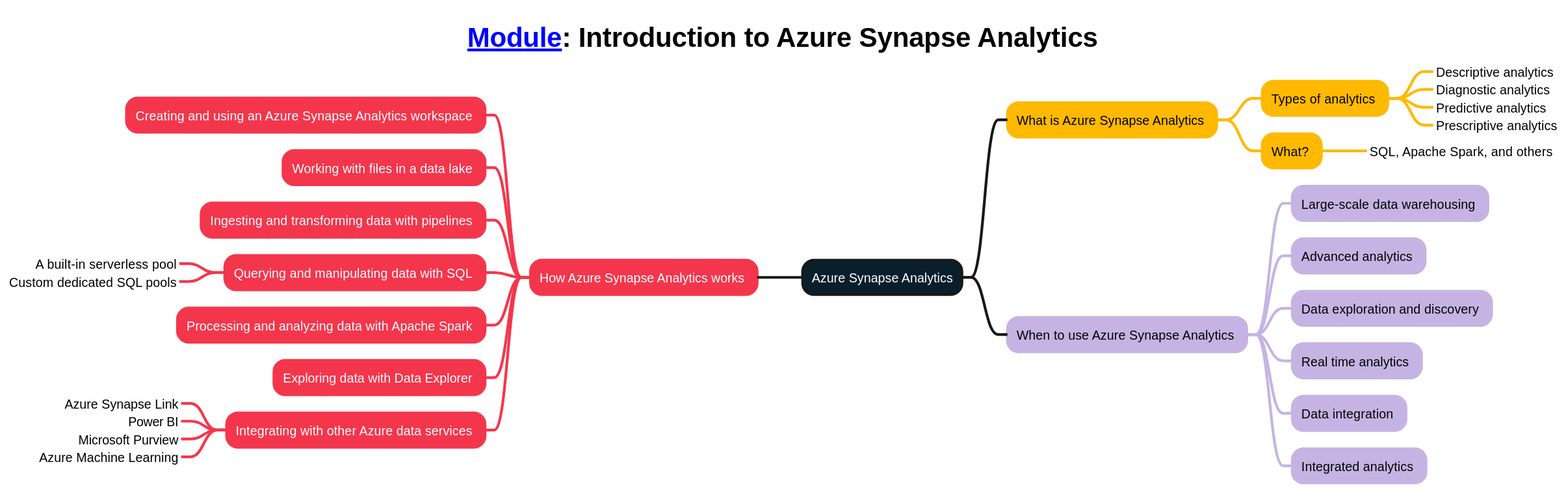
weslbo/dp-203 keeps this PlantUML diagram as mindmaps/03-Introduction to Azure Synapse Analytics.svg. Above is the earlier version.
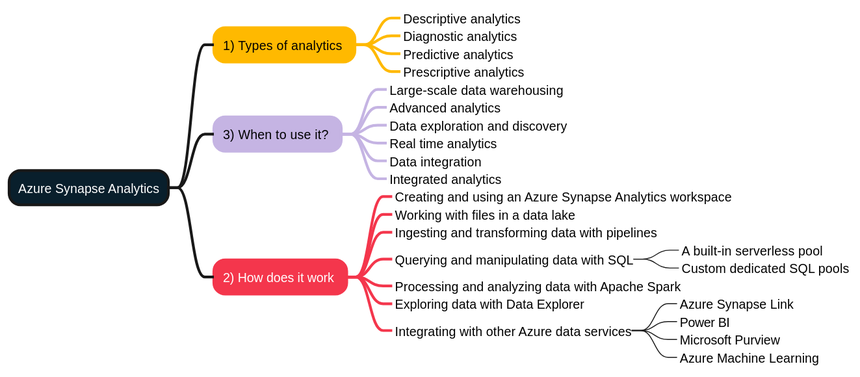
The same file after the commit.

Diff of the diagram source:
```diff
@@ -1,76 +1,66 @@
 @startmindmap
 <style>
-title {
-        FontSize 30
-        FontColor #000000
-    }
-mindmapDiagram {
-    :depth(0) {
-        BackgroundColor #091f2c
-        FontColor #ffffff
-        LineThickness 3.0
-    }
-    .topic1 {
-        BackgroundColor #ffb900
-        LineColor #ffb900
-        LineThickness 3.0
-        FontColor #000000
-    }
-    .topic2 {
-        BackgroundColor #f4364c
-        LineColor #f4364c
-        LineThickness 3.0
-        FontColor #ffffff
-    }
-    .topic3 {
-        BackgroundColor #c5b4e3
-        LineColor #c5b4e3
-        LineThickness 3.0
-        FontColor #000000
-    }
-    .topic4 {
-        BackgroundColor #e1d3c7
-        LineColor #e1d3c7
-        LineThickness 3.0
-        FontColor #000000
-    }
-    .topic5 {
-        BackgroundColor #07641d
-        LineColor #07641d
-        LineThickness 3.0
-        FontColor #ffffff
-    }
+:depth(0) {
+    BackgroundColor #091f2c
+    FontColor #ffffff
+    LineThickness 3.0
+}
+.topic1 {
+    BackgroundColor #ffb900
+    LineColor #ffb900
+    LineThickness 3.0
+    FontColor #000000
+}
+.topic2 {
+    BackgroundColor #f4364c
+    LineColor #f4364c
+    LineThickness 3.0
+    FontColor #ffffff
+}
+.topic3 {
+    BackgroundColor #c5b4e3
+    LineColor #c5b4e3
+    LineThickness 3.0
+    FontColor #000000
+}
+.topic4 {
+    BackgroundColor #e1d3c7
+    LineColor #e1d3c7
+    LineThickness 3.0
+    FontColor #000000
+}
+.topic5 {
+    BackgroundColor #07641d
+    LineColor #07641d
+    LineThickness 3.0
+    FontColor #ffffff
 }
 </style>
-title [[https://learn.microsoft.com/training/modules/introduction-azure-synapse-analytics/ Module]]: Introduction to Azure Synapse Analytics
 + Azure Synapse Analytics
-++ What is Azure Synapse Analytics <<topic1>>
-+++ Types of analytics <<topic1>>
-++++_ Descriptive analytics
-++++_ Diagnostic analytics
-++++_ Predictive analytics
-++++_ Prescriptive analytics
-+++ What? <<topic1>>
-++++_ SQL, Apache Spark, and others
--- How Azure Synapse Analytics works <<topic2>>
---- Creating and using an Azure Synapse Analytics workspace <<topic2>>
---- Working with files in a data lake <<topic2>>
---- Ingesting and transforming data with pipelines <<topic2>>
---- Querying and manipulating data with SQL <<topic2>>
-----_ A built-in serverless pool
-----_ Custom dedicated SQL pools
---- Processing and analyzing data with Apache Spark <<topic2>>
---- Exploring data with Data Explorer <<topic2>>
---- Integrating with other Azure data services <<topic2>>
-----_ Azure Synapse Link
-----_ Power BI
-----_ Microsoft Purview
-----_ Azure Machine Learning
-++ When to use Azure Synapse Analytics <<topic3>>
-+++ Large-scale data warehousing <<topic3>>
-+++ Advanced analytics <<topic3>>
-+++ Data exploration and discovery <<topic3>>
-+++ Real time analytics <<topic3>>
-+++ Data integration <<topic3>>
-+++ Integrated analytics <<topic3>>
+++ 1) Types of analytics <<topic1>>
++++_ Descriptive analytics
++++_ Diagnostic analytics
++++_ Predictive analytics
++++_ Prescriptive analytics
+++ 3) When to use it? <<topic3>>
++++_ Large-scale data warehousing
++++_ Advanced analytics
++++_ Data exploration and discovery
++++_ Real time analytics
++++_ Data integration
++++_ Integrated analytics
+++ 2) How does it work <<topic2>>
++++_ Creating and using an Azure Synapse Analytics workspace
++++_ Working with files in a data lake
++++_ Ingesting and transforming data with pipelines
++++_ Querying and manipulating data with SQL
+++++_ A built-in serverless pool
+++++_ Custom dedicated SQL pools
++++_ Processing and analyzing data with Apache Spark
++++_ Exploring data with Data Explorer
++++_ Integrating with other Azure data services
+++++_ Azure Synapse Link
+++++_ Power BI
+++++_ Microsoft Purview
+++++_ Azure Machine Learning
 @endmindmap
```
